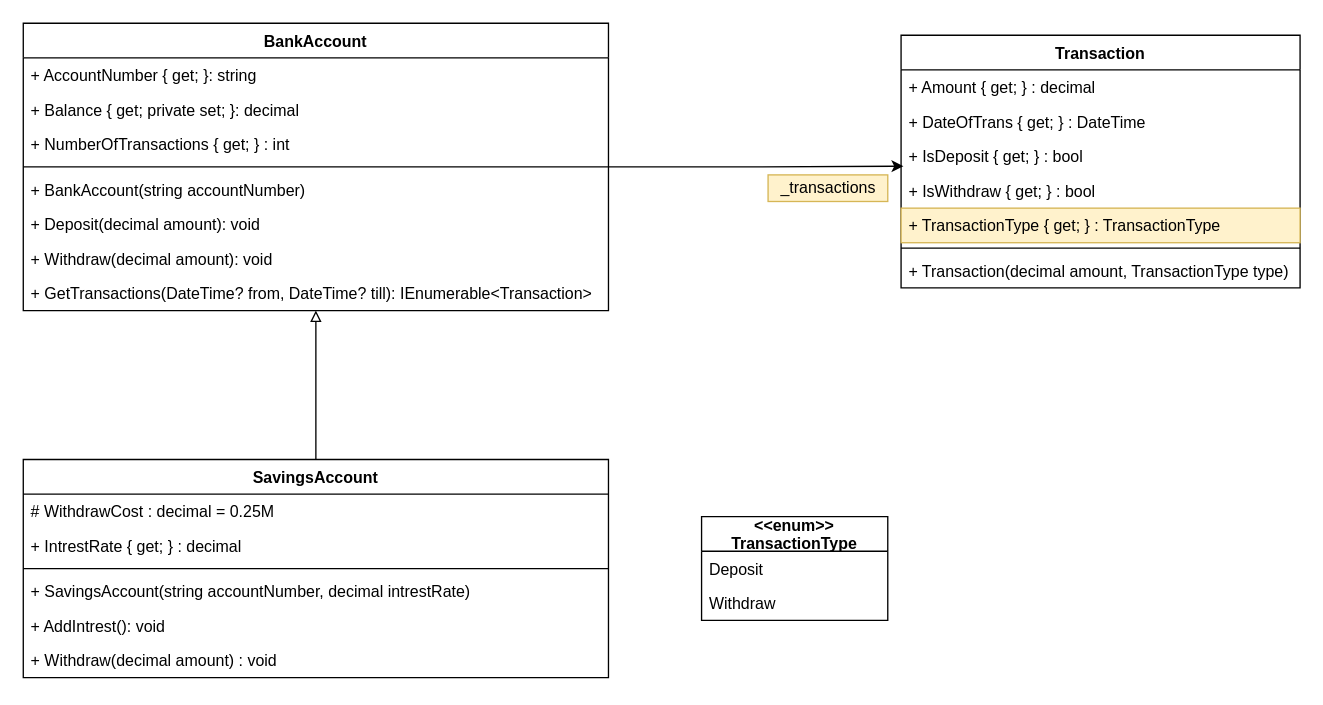
Above: page "Example 3" (3 of 5) of chapters/03/banking.drawio in HOGENT-Web/csharp (draw.io), before the change. Source tidied: cells renumbered, new cells numbered last; positions are measured from the earlier drawing's top-left corner, leaving out a move shared by most shapes. Both pictures are drawn from the tidied source at 133%, with x=0, y=0 at pixel (23, 23).
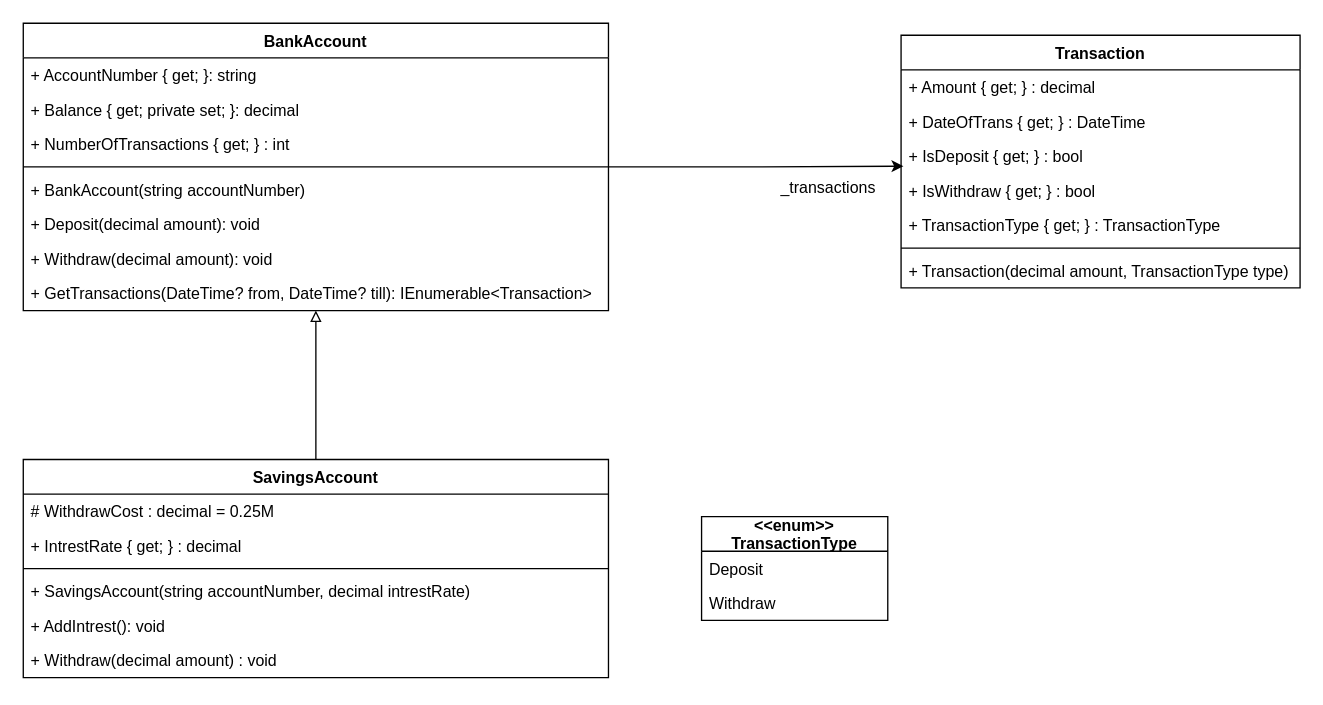
Above is the later version.

Unchanged cells that the change refers to:
```xml
<mxCell id="13" value="Transaction" style="swimlane;fontStyle=1;align=center;verticalAlign=top;horizontal=1;startSize=26;fillColor=none;" parent="1" vertex="1">
  <mxGeometry x="660" y="9" width="300" height="190" as="geometry" />
</mxCell>
```

The edit, as a diff of the source:
```diff
@@
-    <mxCell id="18" value="+ TransactionType { get; } : TransactionType" style="text;strokeColor=#d6b656;fillColor=#fff2cc;align=left;verticalAlign=top;spacingLeft=4;spacingRight=4;overflow=hidden;" parent="13" vertex="1">
+    <mxCell id="18" value="+ TransactionType { get; } : TransactionType" style="text;align=left;verticalAlign=top;spacingLeft=4;spacingRight=4;overflow=hidden;" parent="13" vertex="1">
       <mxGeometry y="130" width="300" height="26" as="geometry" />
     </mxCell>
@@
-    <mxCell id="24" value="_transactions" style="text;html=1;align=center;verticalAlign=middle;strokeColor=#d6b656;fillColor=#fff2cc;" parent="1" vertex="1">
+    <mxCell id="24" value="_transactions" style="text;html=1;align=center;verticalAlign=middle;" parent="1" vertex="1">
       <mxGeometry x="560" y="114" width="90" height="20" as="geometry" />
     </mxCell>
```
